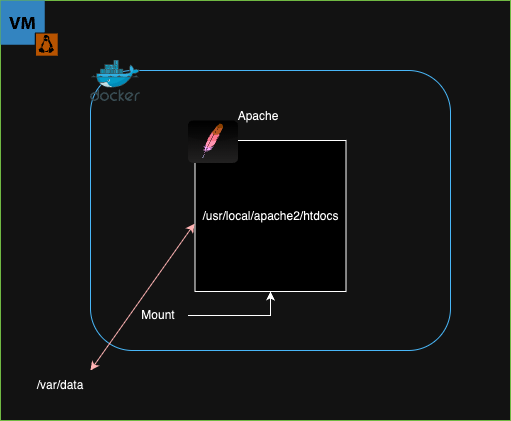
This is bind-mount-vs-named-volume/named-volume.png from kobevino/kobevino.github.io, a draw.io export, as it was before one commit. Source tidied: cells renumbered, new cells last; positions are measured from the earlier drawing's top-left corner, leaving out a move shared by most shapes.
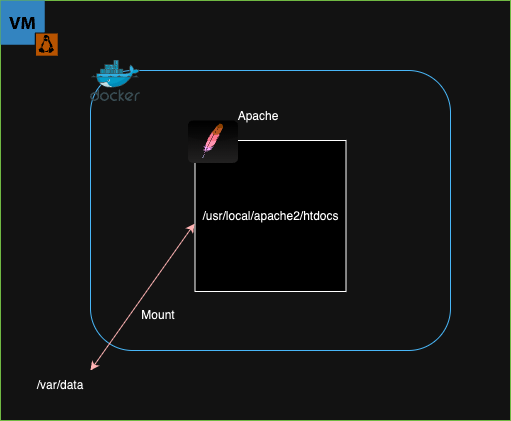
The same file after the commit.

Change to the diagram source:
```diff
@@ -29,9 +29,6 @@
     <mxCell id="10" value="/var/data" style="text;html=1;align=center;verticalAlign=middle;whiteSpace=wrap;rounded=0;" parent="1" vertex="1">
       <mxGeometry x="30" y="370" width="60" height="30" as="geometry" />
     </mxCell>
-    <mxCell id="11" style="edgeStyle=orthogonalEdgeStyle;rounded=0;jettySize=auto;html=1;" parent="1" edge="1" source="12" target="8">
-      <mxGeometry relative="1" as="geometry" />
-    </mxCell>
     <mxCell id="12" value="Mount" style="text;html=1;align=center;verticalAlign=middle;whiteSpace=wrap;rounded=0;" parent="1" vertex="1">
       <mxGeometry x="127.5" y="300" width="60" height="30" as="geometry" />
     </mxCell>
```
